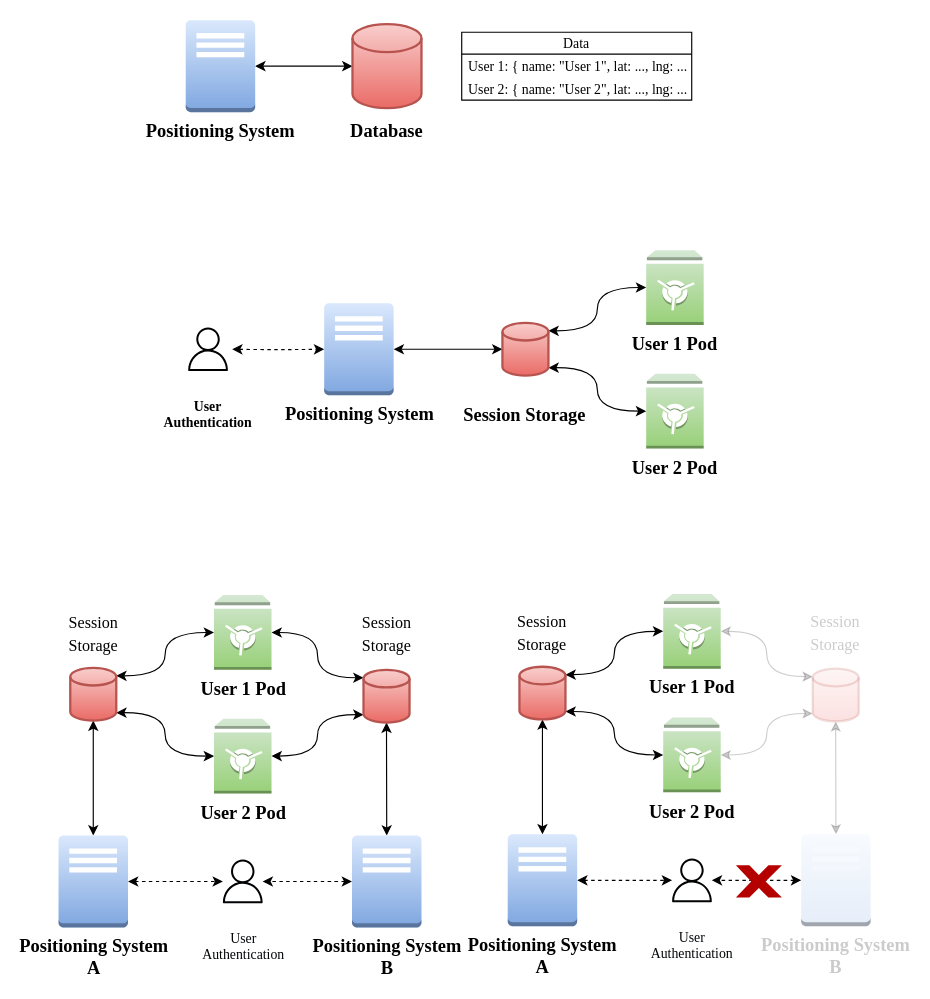
The draw.io diagram page "Page-2" (1 of 7) of docs/media/images/solid.drawio in OpenHPS/openhps-solid, before the edit. Source tidied: cells renumbered, new cells numbered last; positions are measured from the earlier drawing's top-left corner, leaving out a move shared by most shapes. Both pictures are drawn from the tidied source at 115%, with x=0, y=0 at pixel (57, 20).
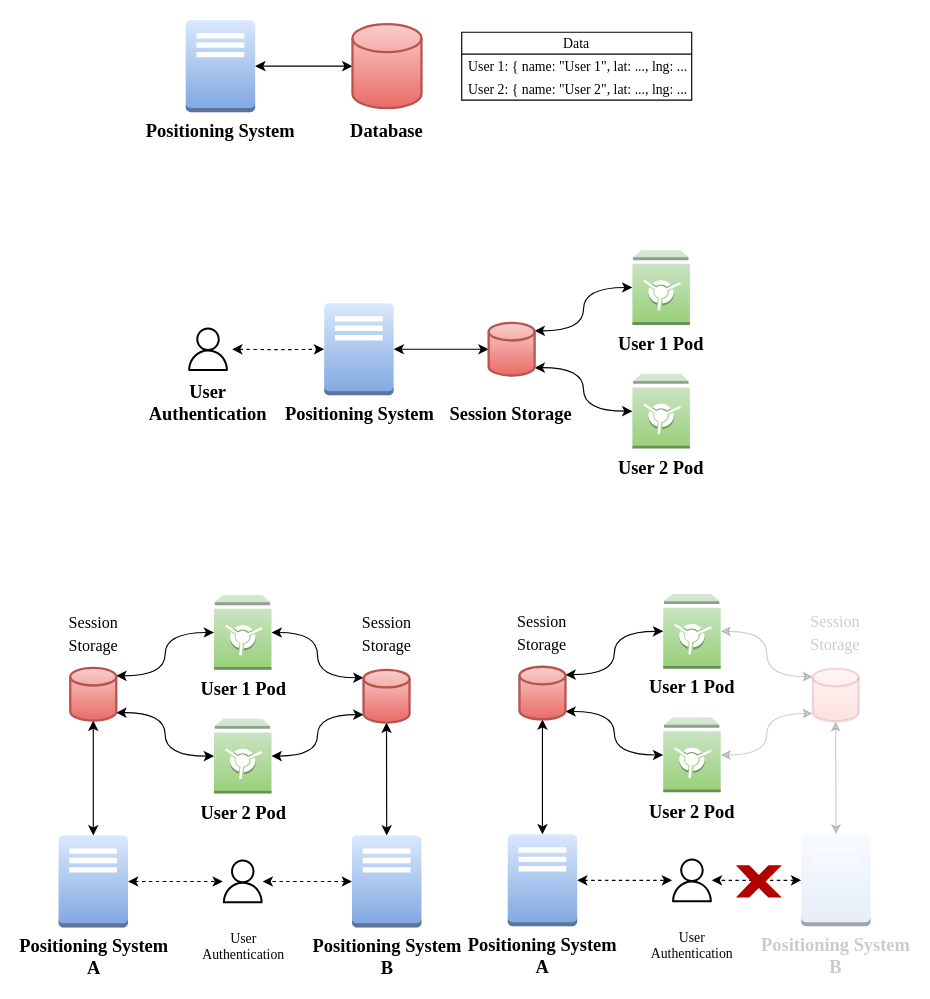
After the change.

Change to the diagram source:
```diff
@@
     <mxCell id="9" value="&lt;font face=&quot;Garamond&quot; size=&quot;1&quot;&gt;&lt;b style=&quot;font-size: 16px&quot;&gt;User 2 Pod&lt;/b&gt;&lt;/font&gt;" style="outlineConnect=0;dashed=0;verticalLabelPosition=bottom;verticalAlign=top;align=center;html=1;shape=mxgraph.aws3.vault;fillColor=#d5e8d4;strokeColor=#82b366;gradientColor=#97d077;" parent="1" vertex="1">
-      <mxGeometry x="511.4" y="307.5" width="50" height="65" as="geometry" />
+      <mxGeometry x="499.4" y="307.5" width="50" height="65" as="geometry" />
     </mxCell>
     <mxCell id="10" value="&lt;font face=&quot;Garamond&quot; size=&quot;1&quot;&gt;&lt;b style=&quot;font-size: 16px&quot;&gt;User 1 Pod&lt;/b&gt;&lt;/font&gt;" style="outlineConnect=0;dashed=0;verticalLabelPosition=bottom;verticalAlign=top;align=center;html=1;shape=mxgraph.aws3.vault;fillColor=#d5e8d4;strokeColor=#82b366;gradientColor=#97d077;" parent="1" vertex="1">
-      <mxGeometry x="511.4" y="200" width="50" height="65" as="geometry" />
+      <mxGeometry x="499.4" y="200" width="50" height="65" as="geometry" />
     </mxCell>
@@
     <mxCell id="13" style="strokeWidth=2;html=1;shape=mxgraph.flowchart.database;whiteSpace=wrap;fontFamily=Garamond;fontSize=16;fillColor=#f8cecc;gradientColor=#ea6b66;strokeColor=#b85450;" parent="1" vertex="1">
-      <mxGeometry x="386.4" y="263.3" width="40" height="45.8" as="geometry" />
+      <mxGeometry x="374.4" y="263.3" width="40" height="45.8" as="geometry" />
     </mxCell>
     <mxCell id="14" value="Session Storage" style="text;html=1;strokeColor=none;fillColor=none;align=center;verticalAlign=middle;whiteSpace=wrap;rounded=0;fontFamily=Garamond;fontSize=16;fontStyle=1;" parent="1" vertex="1">
-      <mxGeometry x="351.4" y="333.2" width="110" height="18.8" as="geometry" />
+      <mxGeometry x="339.4" y="332.2" width="110" height="18.8" as="geometry" />
     </mxCell>
@@
-    <mxCell id="33" value="User&lt;br&gt;Authentication" style="sketch=0;fontColor=#000000;gradientColor=none;fillColor=#000000;strokeColor=none;dashed=0;verticalLabelPosition=bottom;verticalAlign=top;align=center;html=1;fontSize=12;fontStyle=1;shape=mxgraph.aws4.user;fontFamily=Garamond;spacingBottom=0;spacingTop=17;" parent="1" vertex="1">
+    <mxCell id="33" value="User&lt;br style=&quot;font-size: 16px;&quot;&gt;Authentication" style="sketch=0;fontColor=#000000;gradientColor=none;fillColor=#000000;strokeColor=none;dashed=0;verticalLabelPosition=bottom;verticalAlign=top;align=center;html=1;fontSize=16;fontStyle=1;shape=mxgraph.aws4.user;fontFamily=Garamond;spacingBottom=0;spacingTop=2;" parent="1" vertex="1">
       <mxGeometry x="111.4" y="267.2" width="38" height="38" as="geometry" />
     </mxCell>
```
